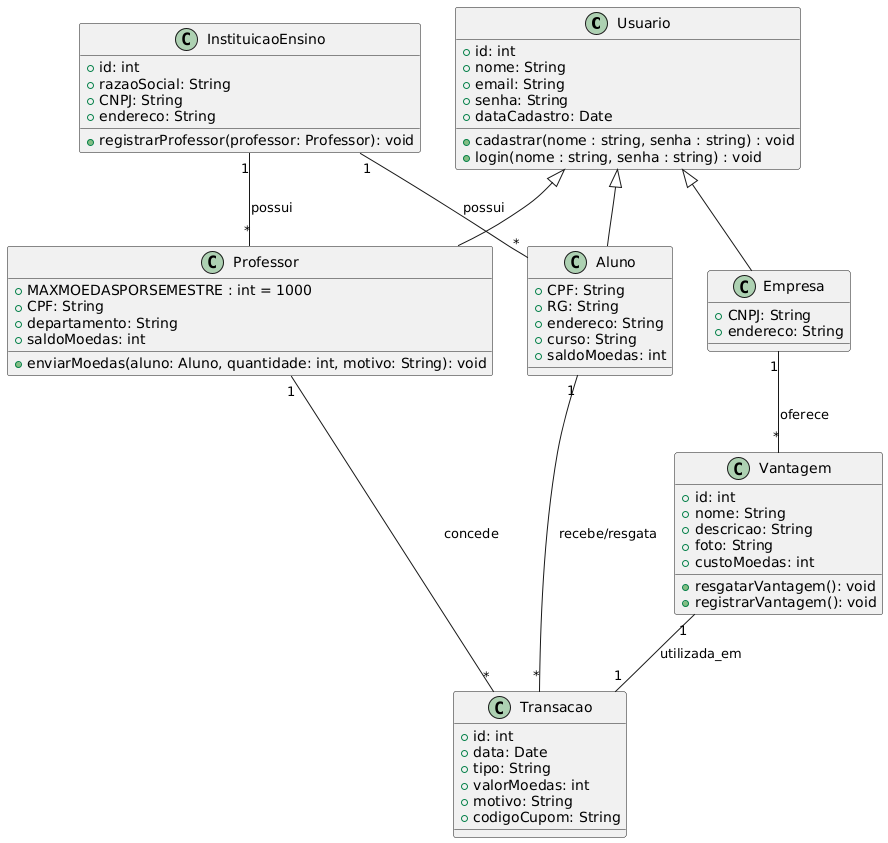
Above: project/img/classdiagram.png in iannovais/lds-moeda (PlantUML), before the change.
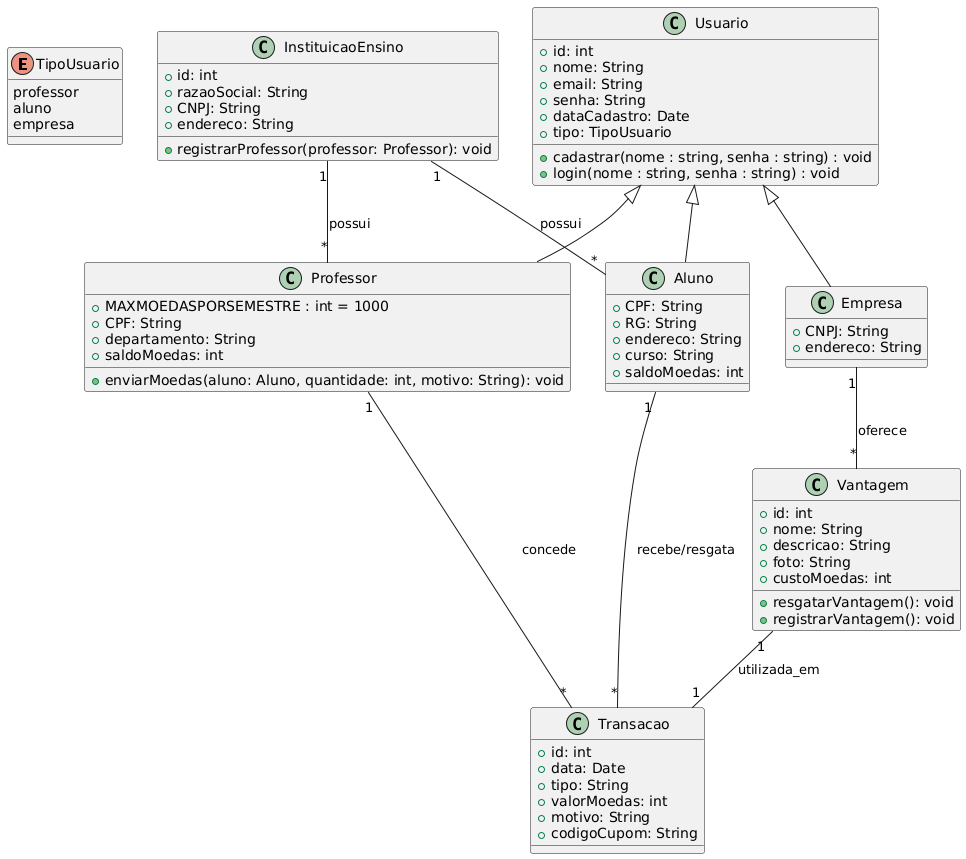
The same file after the commit.

Diff of the diagram source:
```diff
@@ -1,15 +1,22 @@
 @startuml
+enum TipoUsuario {
+  professor
+  aluno
+  empresa
+}
+
 class Usuario {
   + id: int
   + nome: String
   + email: String
   + senha: String
   + dataCadastro: Date
+  + tipo: TipoUsuario
   + cadastrar(nome : string, senha : string) : void
   + login(nome : string, senha : string) : void
 }
 
-class Aluno {
+class Aluno extends Usuario {
   + CPF: String
   + RG: String
   + endereco: String
@@ -17,7 +24,7 @@
   + saldoMoedas: int
 }
 
-class Professor {
+class Professor extends Usuario {
   + MAXMOEDASPORSEMESTRE : int = 1000
   + CPF: String
   + departamento: String
@@ -25,7 +32,7 @@
   + enviarMoedas(aluno: Aluno, quantidade: int, motivo: String): void
 }
 
-class Empresa {
+class Empresa extends Usuario {
   + CNPJ: String
   + endereco: String
 }
@@ -57,10 +64,6 @@
   + codigoCupom: String
 }
 
-Usuario <|-- Aluno
-Usuario <|-- Professor
-Usuario <|-- Empresa
-
 Aluno "1" -- "*" Transacao : recebe/resgata
 Professor "1" -- "*" Transacao : concede
 Empresa "1" -- "*" Vantagem : oferece
```
